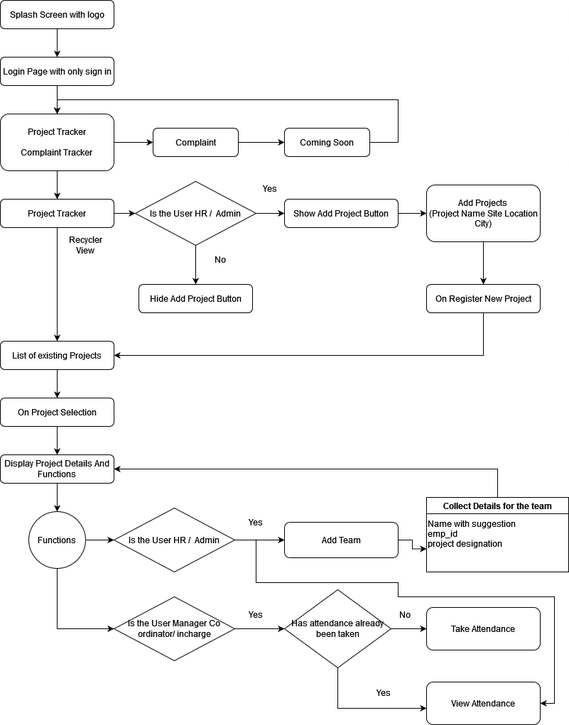
Above: DFD.drawio.png in Flutech-cmr/DataFlowDiagrams (draw.io), before the change. Source tidied: cells renumbered, new cells last; positions are measured from the earlier drawing's top-left corner, leaving out a move shared by most shapes.
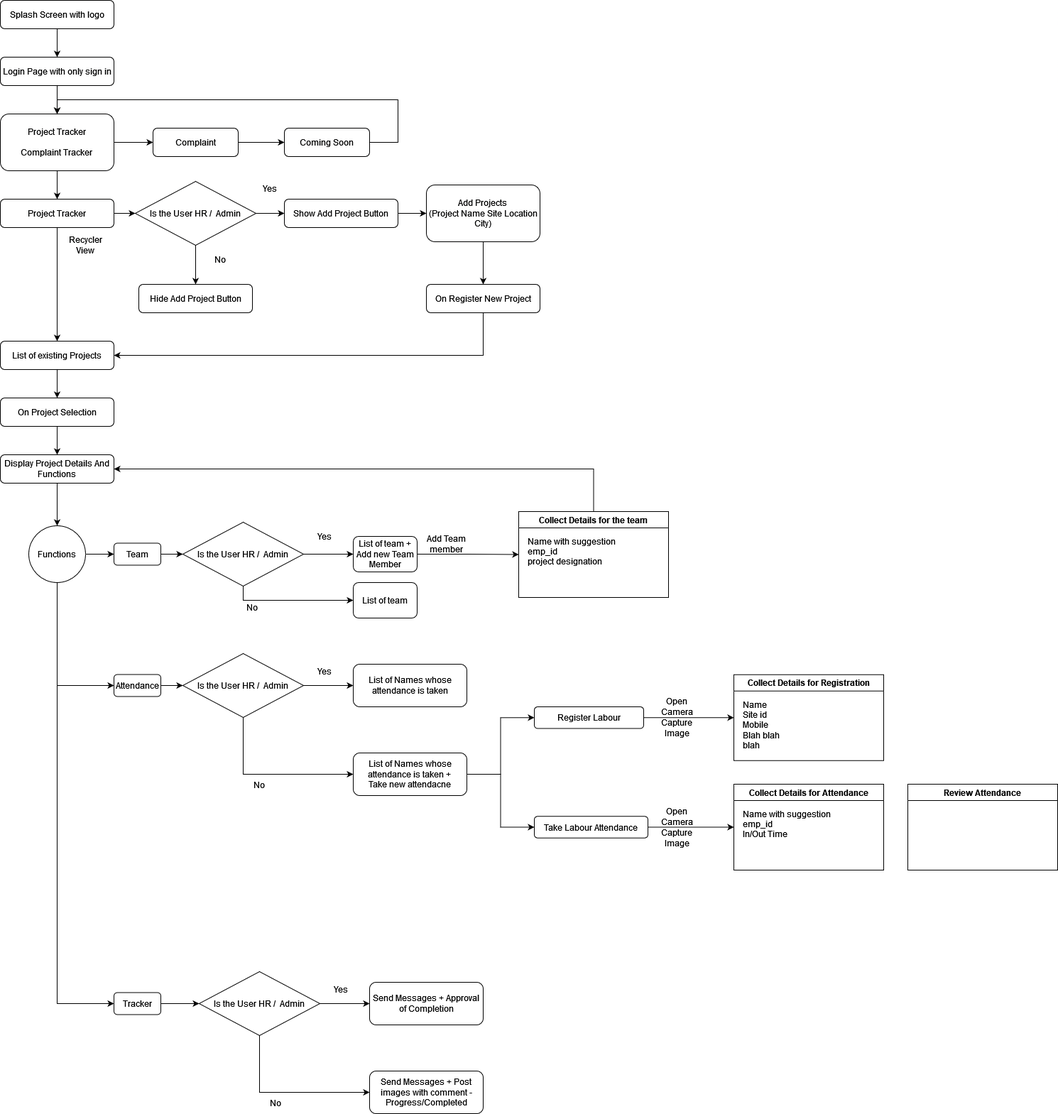
After the change.

What changed in the source:
```diff
@@ -110,91 +110,168 @@
         </Array>
       </mxGeometry>
     </mxCell>
-    <mxCell id="36" style="edgeStyle=orthogonalEdgeStyle;rounded=0;jettySize=auto;html=1;" parent="1" edge="1" source="38" target="42">
-      <mxGeometry relative="1" as="geometry" />
-    </mxCell>
-    <mxCell id="37" style="edgeStyle=orthogonalEdgeStyle;rounded=0;jettySize=auto;html=1;entryX=0;entryY=0.5;entryDx=0;entryDy=0;" parent="1" edge="1" source="38" target="48">
-      <mxGeometry relative="1" as="geometry">
-        <Array as="points">
-          <mxPoint x="80" y="885" />
-        </Array>
-      </mxGeometry>
-    </mxCell>
+    <mxCell id="58" style="edgeStyle=orthogonalEdgeStyle;rounded=0;jettySize=auto;html=1;exitX=1;exitY=0.5;exitDx=0;exitDy=0;entryX=0;entryY=0.5;entryDx=0;entryDy=0;" parent="1" edge="1" source="38" target="65">
+      <mxGeometry relative="1" as="geometry" />
+    </mxCell>
+    <mxCell id="59" style="edgeStyle=orthogonalEdgeStyle;rounded=0;jettySize=auto;html=1;exitX=0.5;exitY=1;exitDx=0;exitDy=0;entryX=0;entryY=0.5;entryDx=0;entryDy=0;" parent="1" edge="1" source="38" target="68">
+      <mxGeometry relative="1" as="geometry" />
+    </mxCell>
+    <mxCell id="60" style="edgeStyle=orthogonalEdgeStyle;rounded=0;jettySize=auto;html=1;exitX=0.5;exitY=1;exitDx=0;exitDy=0;entryX=0;entryY=0.5;entryDx=0;entryDy=0;" parent="1" edge="1" source="38" target="76">
+      <mxGeometry relative="1" as="geometry" />
+    </mxCell>
     <mxCell id="38" value="Functions" style="ellipse;whiteSpace=wrap;html=1;" parent="1" vertex="1">
-      <mxGeometry x="40" y="720" width="80" height="80" as="geometry" />
+      <mxGeometry x="40" y="740" width="80" height="80" as="geometry" />
     </mxCell>
-    <mxCell id="39" style="edgeStyle=orthogonalEdgeStyle;rounded=0;jettySize=auto;html=1;" parent="1" edge="1" source="40" target="46">
-      <mxGeometry relative="1" as="geometry" />
-    </mxCell>
+    <mxCell id="61" style="edgeStyle=orthogonalEdgeStyle;rounded=0;jettySize=auto;html=1;exitX=1;exitY=0.5;exitDx=0;exitDy=0;entryX=0;entryY=0.5;entryDx=0;entryDy=0;" parent="1" edge="1" source="40" target="45">
+      <mxGeometry relative="1" as="geometry" />
+    </mxCell>
-    <mxCell id="40" value="Add Team" style="rounded=1;whiteSpace=wrap;html=1;" parent="1" vertex="1">
-      <mxGeometry x="400" y="735" width="160" height="50" as="geometry" />
+    <mxCell id="40" value="List of team + Add new Team Member" style="rounded=1;whiteSpace=wrap;html=1;" parent="1" vertex="1">
+      <mxGeometry x="497" y="755" width="90" height="50" as="geometry" />
     </mxCell>
     <mxCell id="41" style="edgeStyle=orthogonalEdgeStyle;rounded=0;jettySize=auto;html=1;" parent="1" edge="1" source="42" target="40">
       <mxGeometry relative="1" as="geometry" />
     </mxCell>
+    <mxCell id="62" style="edgeStyle=orthogonalEdgeStyle;rounded=0;jettySize=auto;html=1;exitX=0.5;exitY=1;exitDx=0;exitDy=0;" parent="1" edge="1" source="42" target="69">
+      <mxGeometry relative="1" as="geometry" />
+    </mxCell>
     <mxCell id="42" value="Is the User HR /&amp;nbsp; Admin" style="rhombus;whiteSpace=wrap;html=1;" parent="1" vertex="1">
-      <mxGeometry x="160" y="715" width="170" height="90" as="geometry" />
+      <mxGeometry x="257" y="735" width="170" height="90" as="geometry" />
     </mxCell>
     <mxCell id="43" value="Yes" style="text;html=1;strokeColor=none;fillColor=none;align=center;verticalAlign=middle;whiteSpace=wrap;rounded=0;" parent="1" vertex="1">
-      <mxGeometry x="330" y="720" width="60" height="30" as="geometry" />
+      <mxGeometry x="427" y="740" width="60" height="30" as="geometry" />
     </mxCell>
     <mxCell id="44" style="edgeStyle=orthogonalEdgeStyle;rounded=0;jettySize=auto;html=1;exitX=0.5;exitY=0;exitDx=0;exitDy=0;entryX=1;entryY=0.5;entryDx=0;entryDy=0;" parent="1" edge="1" source="45" target="34">
       <mxGeometry relative="1" as="geometry" />
     </mxCell>
     <mxCell id="45" value="Collect Details for the team" style="swimlane;" parent="1" vertex="1">
-      <mxGeometry x="600" y="700" width="200" height="105" as="geometry" />
+      <mxGeometry x="730" y="720" width="211" height="121" as="geometry" />
     </mxCell>
     <mxCell id="46" value="&lt;div align=&quot;left&quot;&gt;Name with suggestion&lt;/div&gt;&lt;div align=&quot;left&quot;&gt;emp_id&lt;/div&gt;&lt;div align=&quot;left&quot;&gt;project designation&lt;/div&gt;&lt;div align=&quot;left&quot;&gt;&lt;br&gt;&lt;/div&gt;&lt;div align=&quot;left&quot;&gt;&lt;br&gt;&lt;/div&gt;&lt;div align=&quot;left&quot;&gt;&lt;br&gt;&lt;/div&gt;" style="text;html=1;strokeColor=none;fillColor=none;align=left;verticalAlign=middle;whiteSpace=wrap;rounded=0;" parent="45" vertex="1">
-      <mxGeometry y="25" width="200" height="95" as="geometry" />
+      <mxGeometry x="11" y="35" width="200" height="86" as="geometry" />
     </mxCell>
     <mxCell id="47" style="edgeStyle=orthogonalEdgeStyle;rounded=0;jettySize=auto;html=1;" parent="1" edge="1" source="48">
       <mxGeometry relative="1" as="geometry">
-        <mxPoint x="400" y="885" as="targetPoint" />
+        <mxPoint x="497" y="965" as="targetPoint" />
       </mxGeometry>
     </mxCell>
+    <mxCell id="63" style="edgeStyle=orthogonalEdgeStyle;rounded=0;jettySize=auto;html=1;exitX=0.5;exitY=1;exitDx=0;exitDy=0;entryX=0;entryY=0.5;entryDx=0;entryDy=0;" parent="1" edge="1" source="48" target="73">
+      <mxGeometry relative="1" as="geometry" />
+    </mxCell>
-    <mxCell id="48" value="Is the User Manager Co ordinator/ incharge" style="rhombus;whiteSpace=wrap;html=1;" parent="1" vertex="1">
-      <mxGeometry x="160" y="840" width="170" height="90" as="geometry" />
+    <mxCell id="48" value="Is the User HR /&amp;nbsp; Admin" style="rhombus;whiteSpace=wrap;html=1;" parent="1" vertex="1">
+      <mxGeometry x="257" y="920" width="170" height="90" as="geometry" />
     </mxCell>
     <mxCell id="49" value="Yes" style="text;html=1;strokeColor=none;fillColor=none;align=center;verticalAlign=middle;whiteSpace=wrap;rounded=0;" parent="1" vertex="1">
-      <mxGeometry x="330" y="850" width="60" height="30" as="geometry" />
+      <mxGeometry x="427" y="930" width="60" height="30" as="geometry" />
     </mxCell>
-    <mxCell id="50" value="Take Attendance" style="rounded=1;whiteSpace=wrap;html=1;" parent="1" vertex="1">
-      <mxGeometry x="600" y="855" width="160" height="60" as="geometry" />
+    <mxCell id="50" value="List of Names whose attendance is taken" style="rounded=1;whiteSpace=wrap;html=1;" parent="1" vertex="1">
+      <mxGeometry x="497" y="935" width="160" height="60" as="geometry" />
     </mxCell>
-    <mxCell id="51" style="edgeStyle=orthogonalEdgeStyle;rounded=0;jettySize=auto;html=1;" parent="1" edge="1" source="53" target="50">
-      <mxGeometry relative="1" as="geometry" />
-    </mxCell>
-    <mxCell id="52" style="edgeStyle=orthogonalEdgeStyle;rounded=0;jettySize=auto;html=1;entryX=0;entryY=0.617;entryDx=0;entryDy=0;entryPerimeter=0;" parent="1" edge="1" source="53" target="55">
-      <mxGeometry relative="1" as="geometry">
-        <Array as="points">
-          <mxPoint x="475" y="997" />
-        </Array>
-      </mxGeometry>
-    </mxCell>
-    <mxCell id="53" value="Has attendance already been taken" style="rhombus;whiteSpace=wrap;html=1;" parent="1" vertex="1">
-      <mxGeometry x="400" y="830" width="150" height="110" as="geometry" />
-    </mxCell>
-    <mxCell id="54" value="No" style="text;html=1;strokeColor=none;fillColor=none;align=center;verticalAlign=middle;whiteSpace=wrap;rounded=0;" parent="1" vertex="1">
-      <mxGeometry x="540" y="850" width="60" height="30" as="geometry" />
-    </mxCell>
-    <mxCell id="55" value="View Attendance" style="rounded=1;whiteSpace=wrap;html=1;" parent="1" vertex="1">
-      <mxGeometry x="600" y="960" width="160" height="60" as="geometry" />
-    </mxCell>
+    <mxCell id="64" style="edgeStyle=orthogonalEdgeStyle;rounded=0;jettySize=auto;html=1;exitX=1;exitY=0.5;exitDx=0;exitDy=0;entryX=0;entryY=0.5;entryDx=0;entryDy=0;" parent="1" edge="1" source="65" target="42">
+      <mxGeometry relative="1" as="geometry" />
+    </mxCell>
+    <mxCell id="65" value="Team" style="rounded=1;whiteSpace=wrap;html=1;" parent="1" vertex="1">
+      <mxGeometry x="160" y="764.5" width="66" height="31" as="geometry" />
+    </mxCell>
+    <mxCell id="66" style="edgeStyle=orthogonalEdgeStyle;rounded=0;orthogonalLoop=1;jettySize=auto;html=1;exitX=0.5;exitY=1;exitDx=0;exitDy=0;" parent="1" edge="1" source="65" target="65">
+      <mxGeometry relative="1" as="geometry" />
+    </mxCell>
+    <mxCell id="67" style="edgeStyle=orthogonalEdgeStyle;rounded=0;jettySize=auto;html=1;exitX=1;exitY=0.5;exitDx=0;exitDy=0;entryX=0;entryY=0.5;entryDx=0;entryDy=0;" parent="1" edge="1" source="68" target="48">
+      <mxGeometry relative="1" as="geometry" />
+    </mxCell>
+    <mxCell id="68" value="Attendance" style="rounded=1;whiteSpace=wrap;html=1;" parent="1" vertex="1">
+      <mxGeometry x="160" y="949.5" width="66" height="31" as="geometry" />
+    </mxCell>
+    <mxCell id="69" value="List of team" style="rounded=1;whiteSpace=wrap;html=1;" parent="1" vertex="1">
+      <mxGeometry x="497" y="820" width="90" height="50" as="geometry" />
+    </mxCell>
+    <mxCell id="70" value="No" style="text;html=1;strokeColor=none;fillColor=none;align=center;verticalAlign=middle;whiteSpace=wrap;rounded=0;" parent="1" vertex="1">
+      <mxGeometry x="325" y="840" width="60" height="30" as="geometry" />
+    </mxCell>
+    <mxCell id="71" style="edgeStyle=orthogonalEdgeStyle;rounded=0;jettySize=auto;html=1;exitX=1;exitY=0.5;exitDx=0;exitDy=0;entryX=0;entryY=0.5;entryDx=0;entryDy=0;" parent="1" edge="1" source="73" target="92">
+      <mxGeometry relative="1" as="geometry" />
+    </mxCell>
+    <mxCell id="72" style="edgeStyle=orthogonalEdgeStyle;rounded=0;jettySize=auto;html=1;exitX=1;exitY=0.5;exitDx=0;exitDy=0;entryX=0;entryY=0.5;entryDx=0;entryDy=0;" parent="1" edge="1" source="73" target="90">
+      <mxGeometry relative="1" as="geometry" />
+    </mxCell>
+    <mxCell id="73" value="List of Names whose attendance is taken +&lt;br&gt;Take new attendacne" style="rounded=1;whiteSpace=wrap;html=1;" parent="1" vertex="1">
+      <mxGeometry x="497" y="1060" width="160" height="60" as="geometry" />
+    </mxCell>
+    <mxCell id="74" value="No" style="text;html=1;strokeColor=none;fillColor=none;align=center;verticalAlign=middle;whiteSpace=wrap;rounded=0;" parent="1" vertex="1">
+      <mxGeometry x="335" y="1090" width="60" height="30" as="geometry" />
+    </mxCell>
+    <mxCell id="75" style="edgeStyle=orthogonalEdgeStyle;rounded=0;jettySize=auto;html=1;exitX=1;exitY=0.5;exitDx=0;exitDy=0;entryX=0;entryY=0.5;entryDx=0;entryDy=0;" parent="1" edge="1" source="76" target="79">
+      <mxGeometry relative="1" as="geometry" />
+    </mxCell>
+    <mxCell id="76" value="Tracker" style="rounded=1;whiteSpace=wrap;html=1;" parent="1" vertex="1">
+      <mxGeometry x="160" y="1397.5" width="66" height="31" as="geometry" />
+    </mxCell>
+    <mxCell id="77" style="edgeStyle=orthogonalEdgeStyle;rounded=0;jettySize=auto;html=1;" parent="1" edge="1" source="79">
+      <mxGeometry relative="1" as="geometry">
+        <mxPoint x="520" y="1413" as="targetPoint" />
+      </mxGeometry>
+    </mxCell>
+    <mxCell id="78" style="edgeStyle=orthogonalEdgeStyle;rounded=0;jettySize=auto;html=1;exitX=0.5;exitY=1;exitDx=0;exitDy=0;entryX=0;entryY=0.5;entryDx=0;entryDy=0;" parent="1" edge="1" source="79" target="82">
+      <mxGeometry relative="1" as="geometry" />
+    </mxCell>
+    <mxCell id="79" value="Is the User HR /&amp;nbsp; Admin" style="rhombus;whiteSpace=wrap;html=1;" parent="1" vertex="1">
+      <mxGeometry x="280" y="1368" width="170" height="90" as="geometry" />
+    </mxCell>
     <mxCell id="56" value="Yes" style="text;html=1;strokeColor=none;fillColor=none;align=center;verticalAlign=middle;whiteSpace=wrap;rounded=0;" parent="1" vertex="1">
-      <mxGeometry x="510" y="960" width="60" height="30" as="geometry" />
+      <mxGeometry x="450" y="1378" width="60" height="30" as="geometry" />
     </mxCell>
-    <mxCell id="57" style="endArrow=classic;html=1;rounded=0;entryX=1;entryY=0.5;entryDx=0;entryDy=0;" parent="1" edge="1" target="55">
-      <mxGeometry relative="1" as="geometry">
-        <mxPoint x="360" y="760" as="sourcePoint" />
-        <Array as="points">
-          <mxPoint x="360" y="820" />
-          <mxPoint x="560" y="820" />
-          <mxPoint x="560" y="840" />
-          <mxPoint x="740" y="840" />
-          <mxPoint x="780" y="840" />
-          <mxPoint x="780" y="990" />
-        </Array>
-      </mxGeometry>
-    </mxCell>
+    <mxCell id="80" value="No" style="text;html=1;strokeColor=none;fillColor=none;align=center;verticalAlign=middle;whiteSpace=wrap;rounded=0;" parent="1" vertex="1">
+      <mxGeometry x="358" y="1538" width="60" height="30" as="geometry" />
+    </mxCell>
+    <mxCell id="81" value="Send Messages + Approval of Completion" style="rounded=1;whiteSpace=wrap;html=1;" parent="1" vertex="1">
+      <mxGeometry x="520" y="1383" width="160" height="60" as="geometry" />
+    </mxCell>
+    <mxCell id="82" value="Send Messages + Post images with comment - Progress/Completed" style="rounded=1;whiteSpace=wrap;html=1;" parent="1" vertex="1">
+      <mxGeometry x="520" y="1508" width="160" height="60" as="geometry" />
+    </mxCell>
+    <mxCell id="83" value="Collect Details for Attendance" style="swimlane;" parent="1" vertex="1">
+      <mxGeometry x="1033" y="1104" width="211" height="121" as="geometry" />
+    </mxCell>
+    <mxCell id="84" value="&lt;div align=&quot;left&quot;&gt;Name with suggestion&lt;/div&gt;&lt;div align=&quot;left&quot;&gt;emp_id&lt;/div&gt;&lt;div align=&quot;left&quot;&gt;In/Out Time&lt;/div&gt;&lt;div align=&quot;left&quot;&gt;&lt;br&gt;&lt;/div&gt;&lt;div align=&quot;left&quot;&gt;&lt;br&gt;&lt;/div&gt;&lt;div align=&quot;left&quot;&gt;&lt;br&gt;&lt;/div&gt;" style="text;html=1;strokeColor=none;fillColor=none;align=left;verticalAlign=middle;whiteSpace=wrap;rounded=0;" parent="83" vertex="1">
+      <mxGeometry x="11" y="35" width="200" height="86" as="geometry" />
+    </mxCell>
+    <mxCell id="85" value="Open Camera" style="text;html=1;strokeColor=none;fillColor=none;align=center;verticalAlign=middle;whiteSpace=wrap;rounded=0;" parent="1" vertex="1">
+      <mxGeometry x="923" y="1134.5" width="60" height="30" as="geometry" />
+    </mxCell>
+    <mxCell id="86" value="Capture Image" style="text;html=1;strokeColor=none;fillColor=none;align=center;verticalAlign=middle;whiteSpace=wrap;rounded=0;" parent="1" vertex="1">
+      <mxGeometry x="923" y="1164.5" width="60" height="30" as="geometry" />
+    </mxCell>
+    <mxCell id="87" value="Review Attendance" style="swimlane;" parent="1" vertex="1">
+      <mxGeometry x="1278" y="1104" width="211" height="121" as="geometry" />
+    </mxCell>
+    <mxCell id="88" value="&lt;div align=&quot;left&quot;&gt;&lt;br&gt;&lt;/div&gt;" style="text;html=1;strokeColor=none;fillColor=none;align=left;verticalAlign=middle;whiteSpace=wrap;rounded=0;" parent="87" vertex="1">
+      <mxGeometry x="11" y="35" width="200" height="86" as="geometry" />
+    </mxCell>
+    <mxCell id="89" style="edgeStyle=orthogonalEdgeStyle;rounded=0;jettySize=auto;html=1;exitX=1;exitY=0.5;exitDx=0;exitDy=0;entryX=0;entryY=0.5;entryDx=0;entryDy=0;" parent="1" edge="1" source="90" target="83">
+      <mxGeometry relative="1" as="geometry" />
+    </mxCell>
+    <mxCell id="90" value="Take Labour Attendance" style="rounded=1;whiteSpace=wrap;html=1;" parent="1" vertex="1">
+      <mxGeometry x="752" y="1149.2" width="160" height="30.5" as="geometry" />
+    </mxCell>
+    <mxCell id="91" style="edgeStyle=orthogonalEdgeStyle;rounded=0;jettySize=auto;html=1;exitX=1;exitY=0.5;exitDx=0;exitDy=0;entryX=0;entryY=0.5;entryDx=0;entryDy=0;" parent="1" edge="1" source="92" target="93">
+      <mxGeometry relative="1" as="geometry" />
+    </mxCell>
+    <mxCell id="92" value="Register Labour" style="rounded=1;whiteSpace=wrap;html=1;" parent="1" vertex="1">
+      <mxGeometry x="752" y="995" width="154" height="30.5" as="geometry" />
+    </mxCell>
+    <mxCell id="93" value="Collect Details for Registration" style="swimlane;" parent="1" vertex="1">
+      <mxGeometry x="1033" y="949.8" width="211" height="121" as="geometry" />
+    </mxCell>
+    <mxCell id="94" value="&lt;div align=&quot;left&quot;&gt;Name&lt;/div&gt;&lt;div align=&quot;left&quot;&gt;Site id&lt;/div&gt;&lt;div align=&quot;left&quot;&gt;Mobile&amp;nbsp;&lt;/div&gt;&lt;div align=&quot;left&quot;&gt;Blah blah&lt;/div&gt;&lt;div align=&quot;left&quot;&gt;blah&lt;/div&gt;&lt;div align=&quot;left&quot;&gt;&lt;br&gt;&lt;/div&gt;" style="text;html=1;strokeColor=none;fillColor=none;align=left;verticalAlign=middle;whiteSpace=wrap;rounded=0;" parent="93" vertex="1">
+      <mxGeometry x="11" y="35" width="200" height="86" as="geometry" />
+    </mxCell>
+    <mxCell id="95" value="Open Camera" style="text;html=1;strokeColor=none;fillColor=none;align=center;verticalAlign=middle;whiteSpace=wrap;rounded=0;" parent="1" vertex="1">
+      <mxGeometry x="923" y="980.2" width="60" height="30" as="geometry" />
+    </mxCell>
+    <mxCell id="96" value="Capture Image" style="text;html=1;strokeColor=none;fillColor=none;align=center;verticalAlign=middle;whiteSpace=wrap;rounded=0;" parent="1" vertex="1">
+      <mxGeometry x="923" y="1010.2" width="60" height="30" as="geometry" />
+    </mxCell>
+    <mxCell id="97" value="Add Team member" style="text;html=1;strokeColor=none;fillColor=none;align=center;verticalAlign=middle;whiteSpace=wrap;rounded=0;" parent="1" vertex="1">
+      <mxGeometry x="598" y="751" width="60" height="30" as="geometry" />
+    </mxCell>
   </root>
 </mxGraphModel>
```
